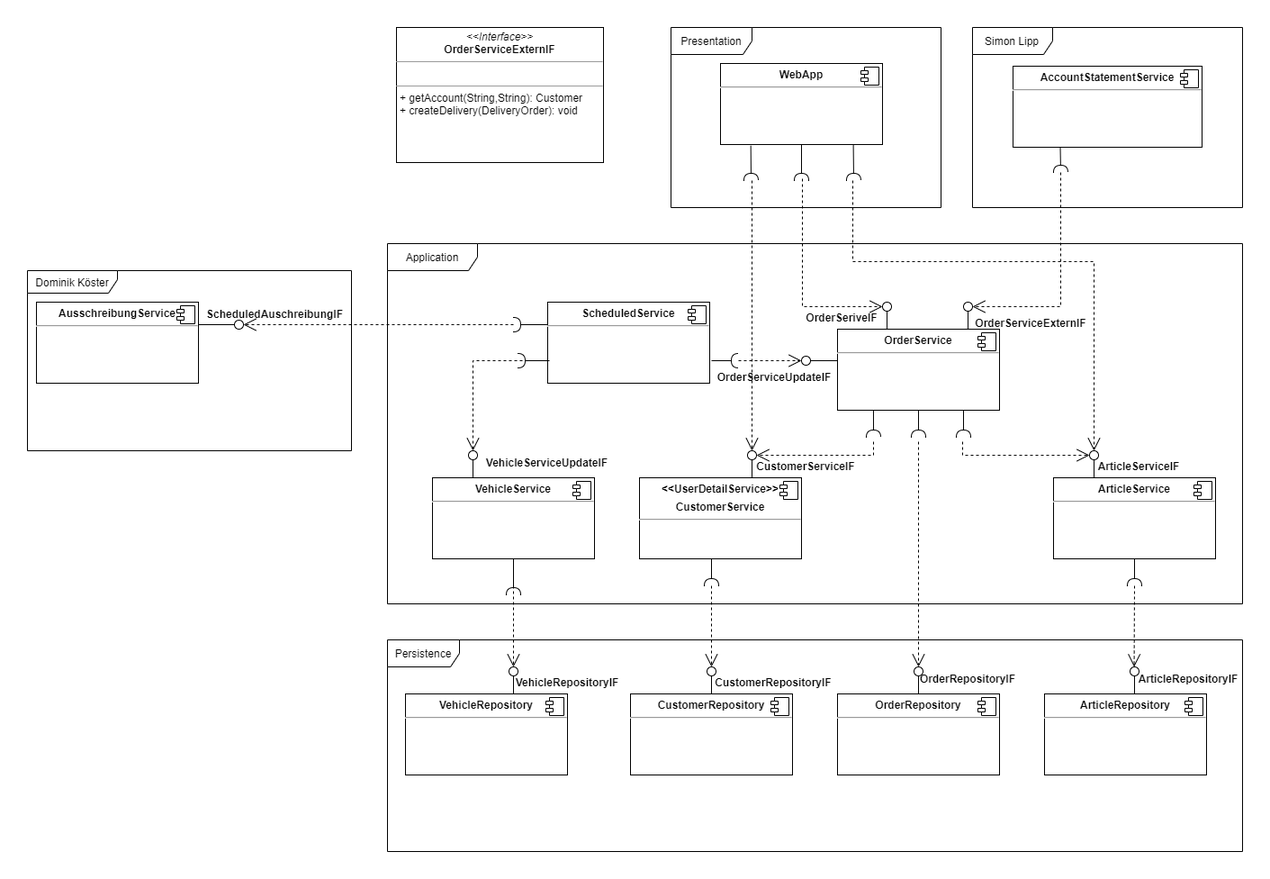
This is componentDiagram.drawio.png from MatthiasEberhardt/Softwareentwicklung, a draw.io export, as it was before one commit. Source tidied: cells renumbered, new cells last; positions are measured from the earlier drawing's top-left corner, leaving out a move shared by most shapes.
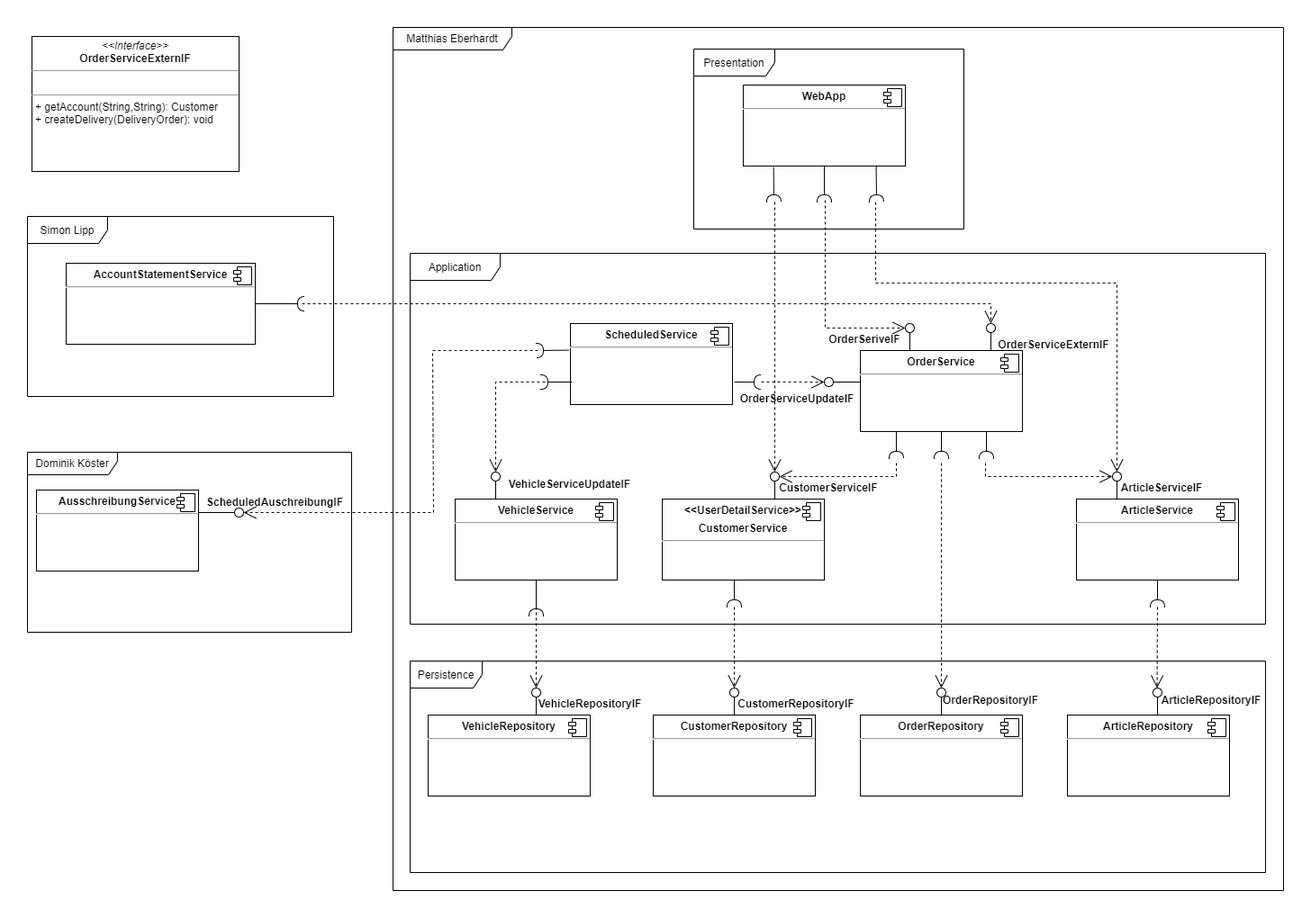
The same diagram one commit later.

Change to the diagram source:
```diff
@@ -83,13 +83,13 @@
       </mxGeometry>
     </mxCell>
     <mxCell id="22" value="&lt;p style=&quot;margin: 0px ; margin-top: 4px ; text-align: center&quot;&gt;&lt;i&gt;&amp;lt;&amp;lt;Interface&amp;gt;&amp;gt;&lt;/i&gt;&lt;br&gt;&lt;b&gt;OrderServiceExternIF&lt;/b&gt;&lt;/p&gt;&lt;hr size=&quot;1&quot;&gt;&lt;p style=&quot;margin: 0px ; margin-left: 4px&quot;&gt;&lt;br&gt;&lt;/p&gt;&lt;hr size=&quot;1&quot;&gt;&lt;p style=&quot;margin: 0px ; margin-left: 4px&quot;&gt;+ getAccount(String,String): Customer&lt;br&gt;&lt;/p&gt;&lt;p style=&quot;margin: 0px ; margin-left: 4px&quot;&gt;+ createDelivery(DeliveryOrder): void&lt;/p&gt;" style="verticalAlign=top;align=left;overflow=fill;fontSize=12;fontFamily=Helvetica;html=1;" parent="1" vertex="1">
-      <mxGeometry x="410" width="230" height="150" as="geometry" />
+      <mxGeometry x="-20" y="-14" width="230" height="150" as="geometry" />
     </mxCell>
     <mxCell id="23" value="Presentation" style="shape=umlFrame;whiteSpace=wrap;html=1;width=90;height=30;" parent="1" vertex="1">
       <mxGeometry x="715" width="300" height="200" as="geometry" />
     </mxCell>
     <mxCell id="24" value="Application" style="shape=umlFrame;whiteSpace=wrap;html=1;width=100;height=30;" parent="1" vertex="1">
-      <mxGeometry x="400" y="240" width="950" height="400" as="geometry" />
+      <mxGeometry x="400" y="227" width="950" height="412" as="geometry" />
     </mxCell>
     <mxCell id="25" value="Persistence" style="shape=umlFrame;whiteSpace=wrap;html=1;width=80;height=30;" parent="1" vertex="1">
       <mxGeometry x="400" y="680" width="950" height="235" as="geometry" />
@@ -100,10 +100,9 @@
         <mxPoint x="955" y="310" as="targetPoint" />
       </mxGeometry>
     </mxCell>
-    <mxCell id="27" style="rounded=0;orthogonalLoop=1;jettySize=auto;html=1;endArrow=halfCircle;endFill=0;endSize=6;strokeWidth=1;sketch=0;" parent="1" edge="1">
+    <mxCell id="27" style="rounded=0;jettySize=auto;html=1;endArrow=halfCircle;endFill=0;endSize=6;strokeWidth=1;sketch=0;exitX=-0.01;exitY=0.329;exitDx=0;exitDy=0;exitPerimeter=0;" parent="1" edge="1" source="10">
       <mxGeometry relative="1" as="geometry">
-        <mxPoint x="578" y="330" as="sourcePoint" />
-        <mxPoint x="540" y="330" as="targetPoint" />
+        <mxPoint x="540" y="335" as="targetPoint" />
       </mxGeometry>
     </mxCell>
     <mxCell id="28" style="ellipse;whiteSpace=wrap;html=1;align=center;points=[];outlineConnect=0;sketch=0;" parent="1" vertex="1">
@@ -128,11 +127,11 @@
     </mxCell>
     <mxCell id="32" style="rounded=0;jettySize=auto;html=1;endArrow=none;endFill=0;sketch=0;sourcePerimeterSpacing=0;targetPerimeterSpacing=0;" parent="1" edge="1" target="33">
       <mxGeometry relative="1" as="geometry">
-        <mxPoint x="190" y="330" as="sourcePoint" />
+        <mxPoint x="165" y="515" as="sourcePoint" />
       </mxGeometry>
     </mxCell>
     <mxCell id="33" style="ellipse;whiteSpace=wrap;html=1;align=center;points=[];outlineConnect=0;sketch=0;" parent="1" vertex="1">
-      <mxGeometry x="230" y="325" width="10" height="10" as="geometry" />
+      <mxGeometry x="205" y="510" width="10" height="10" as="geometry" />
     </mxCell>
     <mxCell id="34" style="rounded=0;orthogonalLoop=1;jettySize=auto;html=1;endArrow=none;endFill=0;sketch=0;sourcePerimeterSpacing=0;targetPerimeterSpacing=0;" parent="1" edge="1">
       <mxGeometry relative="1" as="geometry">
@@ -286,28 +285,32 @@
       </mxGeometry>
     </mxCell>
     <mxCell id="64" value="&lt;p style=&quot;margin: 0px ; margin-top: 6px ; text-align: center&quot;&gt;&lt;b&gt;AccountStatementService&lt;/b&gt;&lt;/p&gt;&lt;hr&gt;&lt;p style=&quot;margin: 0px ; margin-left: 8px&quot;&gt;&lt;br&gt;&lt;/p&gt;" style="align=left;overflow=fill;html=1;" parent="1" vertex="1">
-      <mxGeometry x="1095" y="43" width="210" height="90" as="geometry" />
+      <mxGeometry x="18" y="238" width="210" height="90" as="geometry" />
     </mxCell>
     <mxCell id="65" style="shape=component;jettyWidth=8;jettyHeight=4;" parent="64" vertex="1">
       <mxGeometry x="1" width="20" height="20" relative="1" as="geometry">
         <mxPoint x="-24" y="4" as="offset" />
       </mxGeometry>
     </mxCell>
-    <mxCell id="66" style="rounded=0;jettySize=auto;html=1;endArrow=halfCircle;endFill=0;endSize=6;strokeWidth=1;sketch=0;exitX=0.25;exitY=1;exitDx=0;exitDy=0;" parent="1" edge="1" source="64">
+    <mxCell id="66" style="rounded=0;jettySize=auto;html=1;endArrow=halfCircle;endFill=0;endSize=6;strokeWidth=1;sketch=0;exitX=1;exitY=0.5;exitDx=0;exitDy=0;" parent="1" edge="1" source="64">
       <mxGeometry relative="1" as="geometry">
-        <mxPoint x="1148" y="161" as="targetPoint" />
+        <mxPoint x="283" y="283" as="targetPoint" />
       </mxGeometry>
     </mxCell>
     <mxCell id="67" style="endArrow=open;endSize=12;dashed=1;html=1;rounded=0;" parent="1" edge="1" target="33">
       <mxGeometry relative="1" as="geometry">
-        <mxPoint x="540" y="330" as="sourcePoint" />
+        <mxPoint x="542" y="335" as="sourcePoint" />
+        <Array as="points">
+          <mxPoint x="425" y="335" />
+          <mxPoint x="426" y="515" />
+        </Array>
       </mxGeometry>
     </mxCell>
     <mxCell id="68" style="endArrow=open;endSize=12;dashed=1;html=1;rounded=0;" parent="1" edge="1" target="37">
       <mxGeometry relative="1" as="geometry">
-        <mxPoint x="1148" y="161" as="sourcePoint" />
+        <mxPoint x="280" y="283" as="sourcePoint" />
         <Array as="points">
-          <mxPoint x="1148" y="310" />
+          <mxPoint x="1045" y="283" />
         </Array>
       </mxGeometry>
     </mxCell>
@@ -338,10 +341,10 @@
       </mxGeometry>
     </mxCell>
     <mxCell id="74" value="Dominik Köster" style="shape=umlFrame;whiteSpace=wrap;html=1;width=100;height=25;" parent="1" vertex="1">
-      <mxGeometry y="270" width="360" height="200" as="geometry" />
+      <mxGeometry x="-25" y="448" width="360" height="200" as="geometry" />
     </mxCell>
     <mxCell id="75" value="Simon Lipp" style="shape=umlFrame;whiteSpace=wrap;html=1;width=89;height=30;" parent="1" vertex="1">
-      <mxGeometry x="1050" width="300" height="200" as="geometry" />
+      <mxGeometry x="-25" y="186" width="340" height="200" as="geometry" />
     </mxCell>
     <mxCell id="76" style="endArrow=open;endSize=12;dashed=1;html=1;rounded=0;" parent="1" edge="1" target="39">
       <mxGeometry relative="1" as="geometry">
@@ -376,7 +379,7 @@
       <mxGeometry x="1045" y="315" width="140" height="26" as="geometry" />
     </mxCell>
     <mxCell id="84" value="ScheduledAuschreibungIF" style="text;align=center;fontStyle=1;verticalAlign=middle;spacingLeft=3;spacingRight=3;strokeColor=none;" parent="1" vertex="1">
-      <mxGeometry x="220" y="305" width="110" height="26" as="geometry" />
+      <mxGeometry x="195" y="490" width="110" height="26" as="geometry" />
     </mxCell>
     <mxCell id="85" value="VehicleRepositoryIF" style="text;align=center;fontStyle=1;verticalAlign=middle;spacingLeft=3;spacingRight=3;strokeColor=none;" parent="1" vertex="1">
       <mxGeometry x="545" y="714" width="110" height="26" as="geometry" />
@@ -391,12 +394,15 @@
       <mxGeometry x="1235" y="710" width="110" height="26" as="geometry" />
     </mxCell>
     <mxCell id="89" value="&lt;p style=&quot;margin: 0px ; margin-top: 6px ; text-align: center&quot;&gt;&lt;b&gt;AusschreibungService&lt;/b&gt;&lt;/p&gt;&lt;hr&gt;&lt;p style=&quot;margin: 0px ; margin-left: 8px&quot;&gt;&lt;br&gt;&lt;/p&gt;" style="align=left;overflow=fill;html=1;" parent="1" vertex="1">
-      <mxGeometry x="10" y="305" width="180" height="90" as="geometry" />
+      <mxGeometry x="-15" y="490" width="180" height="90" as="geometry" />
     </mxCell>
     <mxCell id="90" style="shape=component;jettyWidth=8;jettyHeight=4;" parent="89" vertex="1">
       <mxGeometry x="1" width="20" height="20" relative="1" as="geometry">
         <mxPoint x="-24" y="4" as="offset" />
       </mxGeometry>
     </mxCell>
+    <mxCell id="91" value="Matthias Eberhardt" style="shape=umlFrame;whiteSpace=wrap;html=1;width=132;height=25;" parent="1" vertex="1">
+      <mxGeometry x="381" y="-24" width="989" height="959" as="geometry" />
+    </mxCell>
   </root>
 </mxGraphModel>
```
